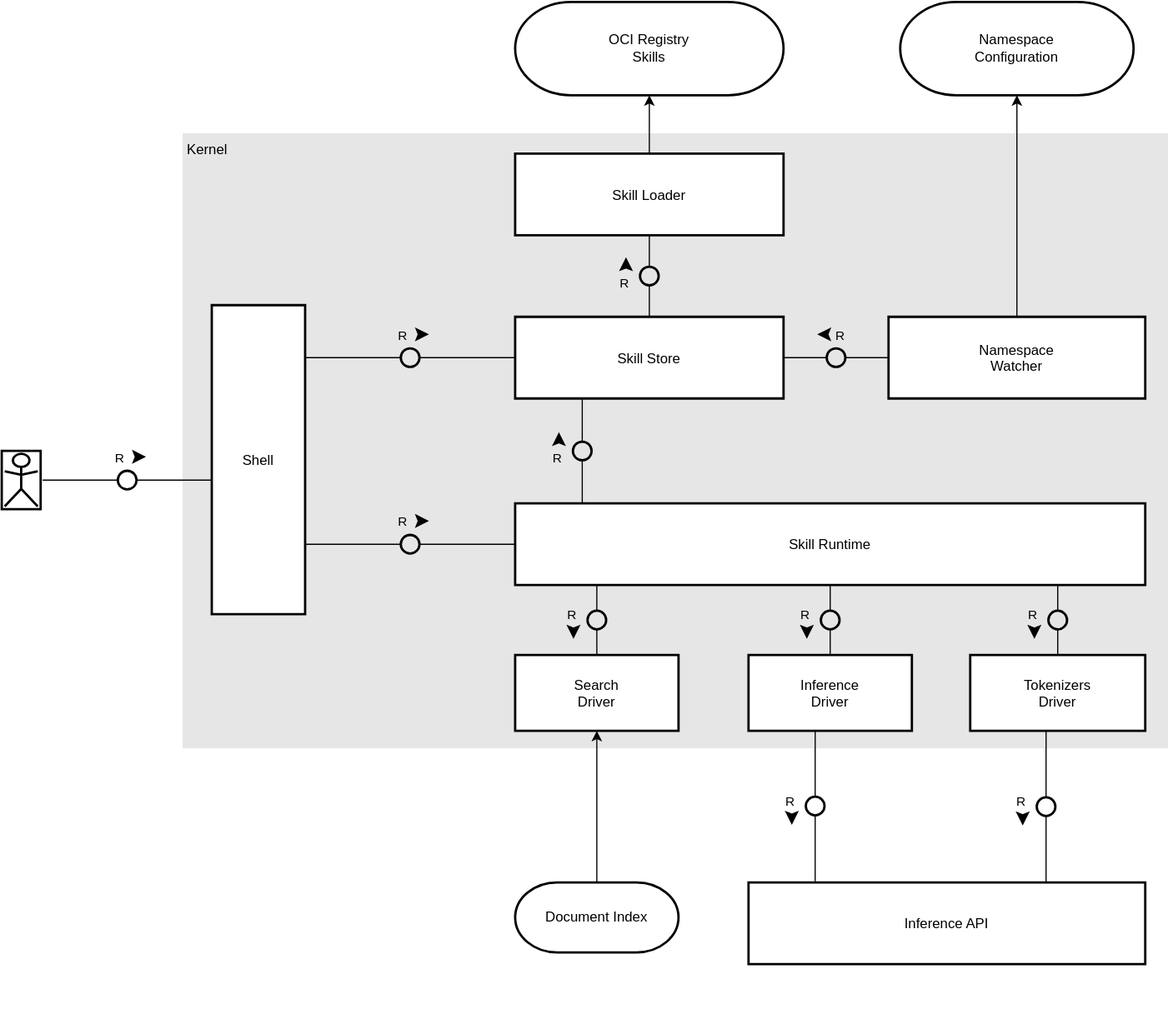
Aleph-Alpha/pharia-engine keeps this draw.io diagram as tam/actors-block.drawio.svg. Above is the earlier version. Source tidied: cells renumbered, new cells last; positions are measured from the earlier drawing's top-left corner, leaving out a move shared by most shapes.
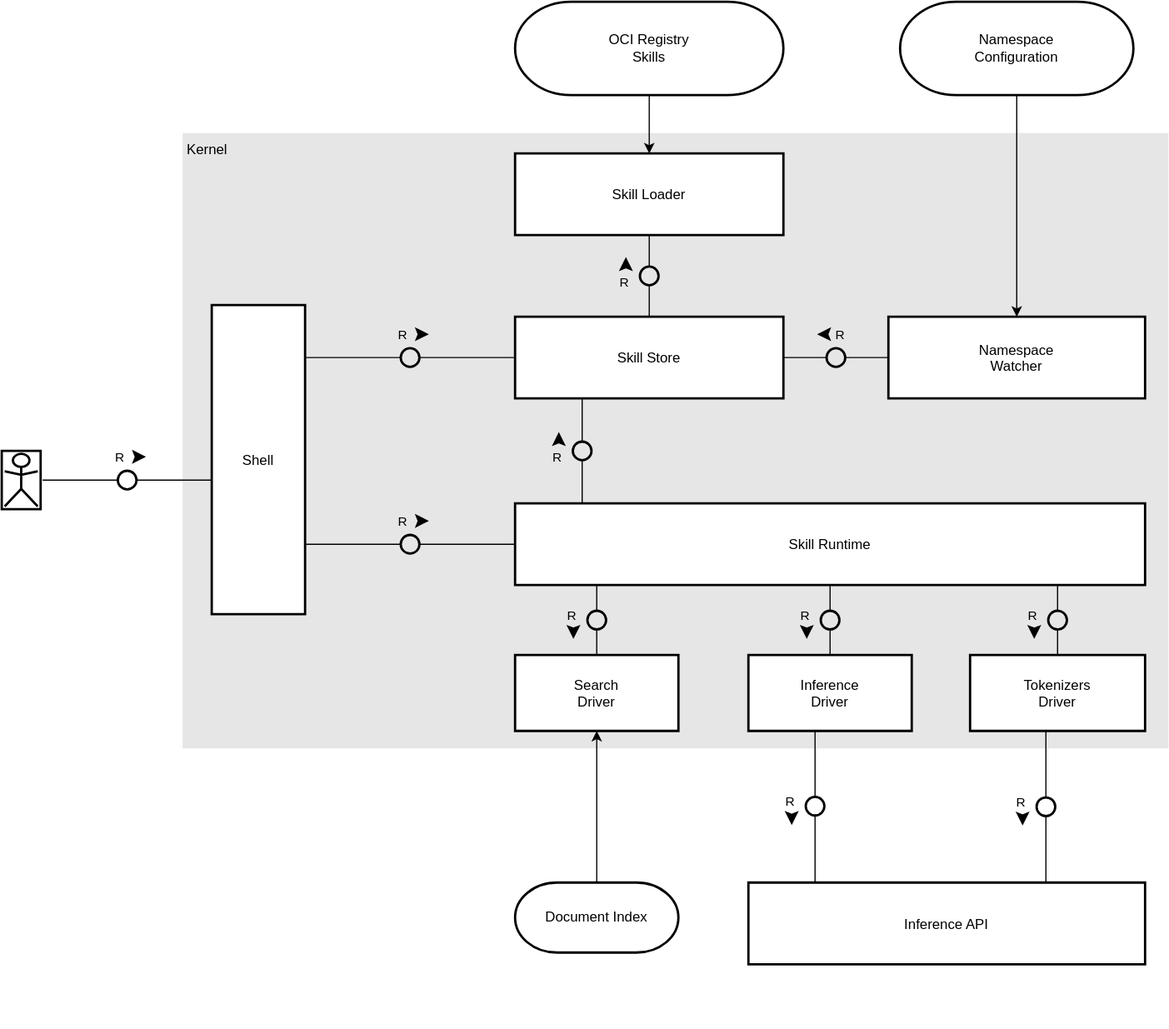
After the commit.

Commit message:
docs: Fix arrow direction in block diagram

Change to the diagram source:
```diff
@@ -9,7 +9,7 @@
       <mxGeometry x="440" y="430" width="540" height="70" as="geometry" />
     </mxCell>
     <mxCell id="4" value="Best viewed with the &lt;a href=&quot;https://github.com/ariel-bentu/tam-drawio&quot;&gt;TAM plugin&lt;/a&gt;" style="text;html=1;shape=tamPluginMissing;" parent="1" vertex="1">
-      <mxGeometry x="375" y="855" width="200" height="25" as="geometry" />
+      <mxGeometry x="410" y="855" width="200" height="25" as="geometry" />
     </mxCell>
     <mxCell id="5" value="Skill Store" style="shape=agent;offsetSize=8;strokeWidth=2;" parent="1" vertex="1">
       <mxGeometry x="440" y="270" width="230" height="70" as="geometry" />
@@ -83,10 +83,10 @@
     <mxCell id="28" style="shape=useedge;vertical=true;edgeStyle=none;endArrow=none;useSignPosition=left;useSignDirection=north;exitX=0.5;exitY=0;exitDx=0;exitDy=0;entryX=0.5;entryY=1;entryDx=0;entryDy=0;" parent="1" edge="1" source="5" target="27">
       <mxGeometry relative="1" as="geometry" />
     </mxCell>
-    <mxCell id="29" style="edgeStyle=elbowEdgeStyle;html=1;labelBackgroundColor=none;rounded=1;elbow=vertical;endArrow=classic;endFill=1;align=center;exitX=0.5;exitY=0;exitDx=0;exitDy=0;entryX=0.5;entryY=1;entryDx=0;entryDy=0;" parent="1" edge="1" source="27" target="6">
+    <mxCell id="29" style="edgeStyle=elbowEdgeStyle;html=1;labelBackgroundColor=none;rounded=1;elbow=vertical;endArrow=classic;endFill=1;align=center;exitX=0.5;exitY=1;exitDx=0;exitDy=0;entryX=0.5;entryY=0;entryDx=0;entryDy=0;" parent="1" edge="1" source="6" target="27">
       <mxGeometry relative="1" as="geometry" />
     </mxCell>
-    <mxCell id="30" style="edgeStyle=elbowEdgeStyle;html=1;labelBackgroundColor=none;rounded=1;elbow=vertical;endArrow=classic;endFill=1;align=center;entryX=0.5;entryY=1;entryDx=0;entryDy=0;exitX=0.5;exitY=0;exitDx=0;exitDy=0;" parent="1" edge="1" source="15" target="14">
+    <mxCell id="30" style="edgeStyle=elbowEdgeStyle;html=1;labelBackgroundColor=none;rounded=1;elbow=vertical;endArrow=classic;endFill=1;align=center;exitX=0.5;exitY=1;exitDx=0;exitDy=0;entryX=0.5;entryY=0;entryDx=0;entryDy=0;" parent="1" edge="1" source="14" target="15">
       <mxGeometry relative="1" as="geometry" />
     </mxCell>
   </root>
```
